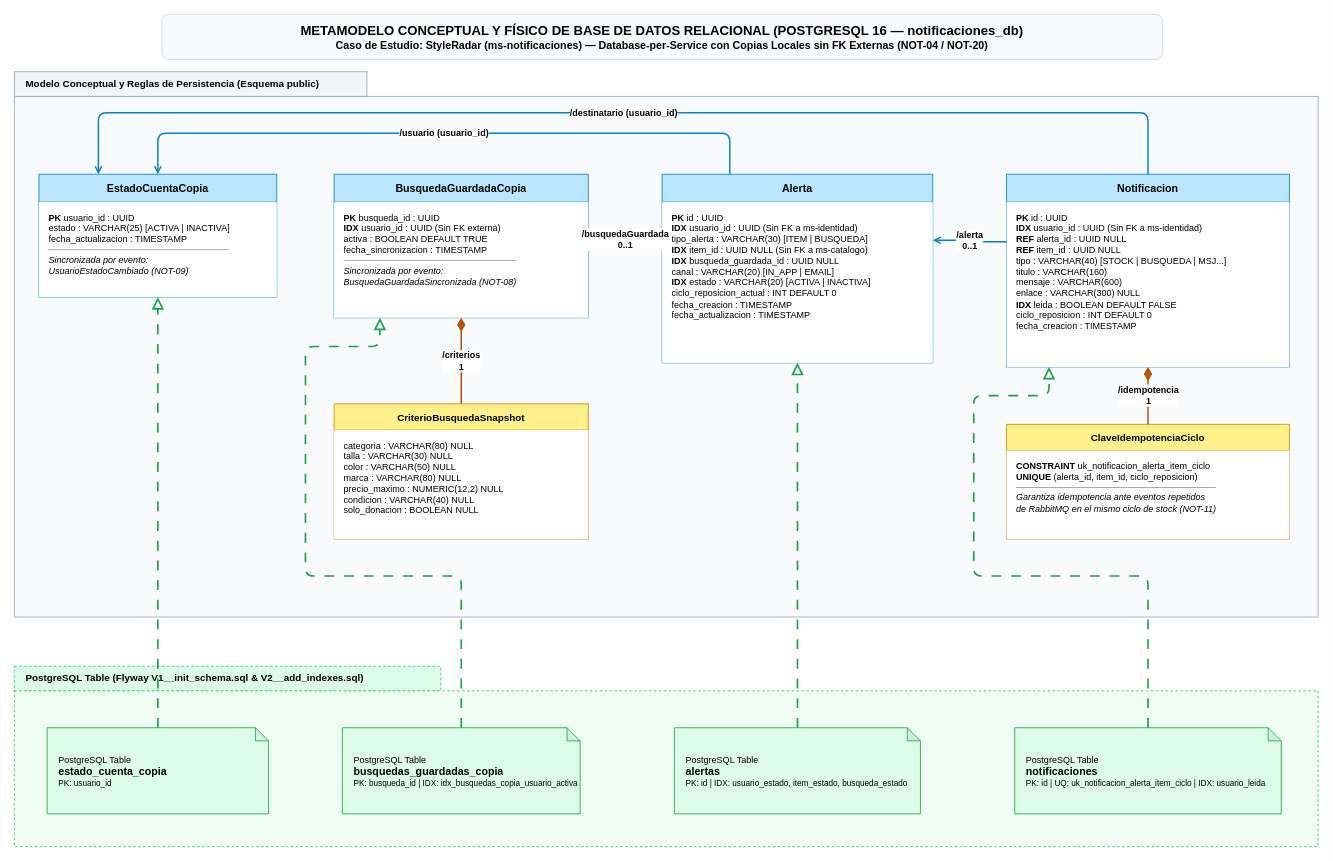
The draw.io diagram docs/uml/diagrama-base-datos.drawio in StyleRadar1/GJ-Notification-Service, before the edit. Source tidied: cells renumbered, new cells numbered last; positions are measured from the earlier drawing's top-left corner, leaving out a move shared by most shapes. Both pictures are drawn from the tidied source at 82%, with x=0, y=0 at pixel (14, 14).
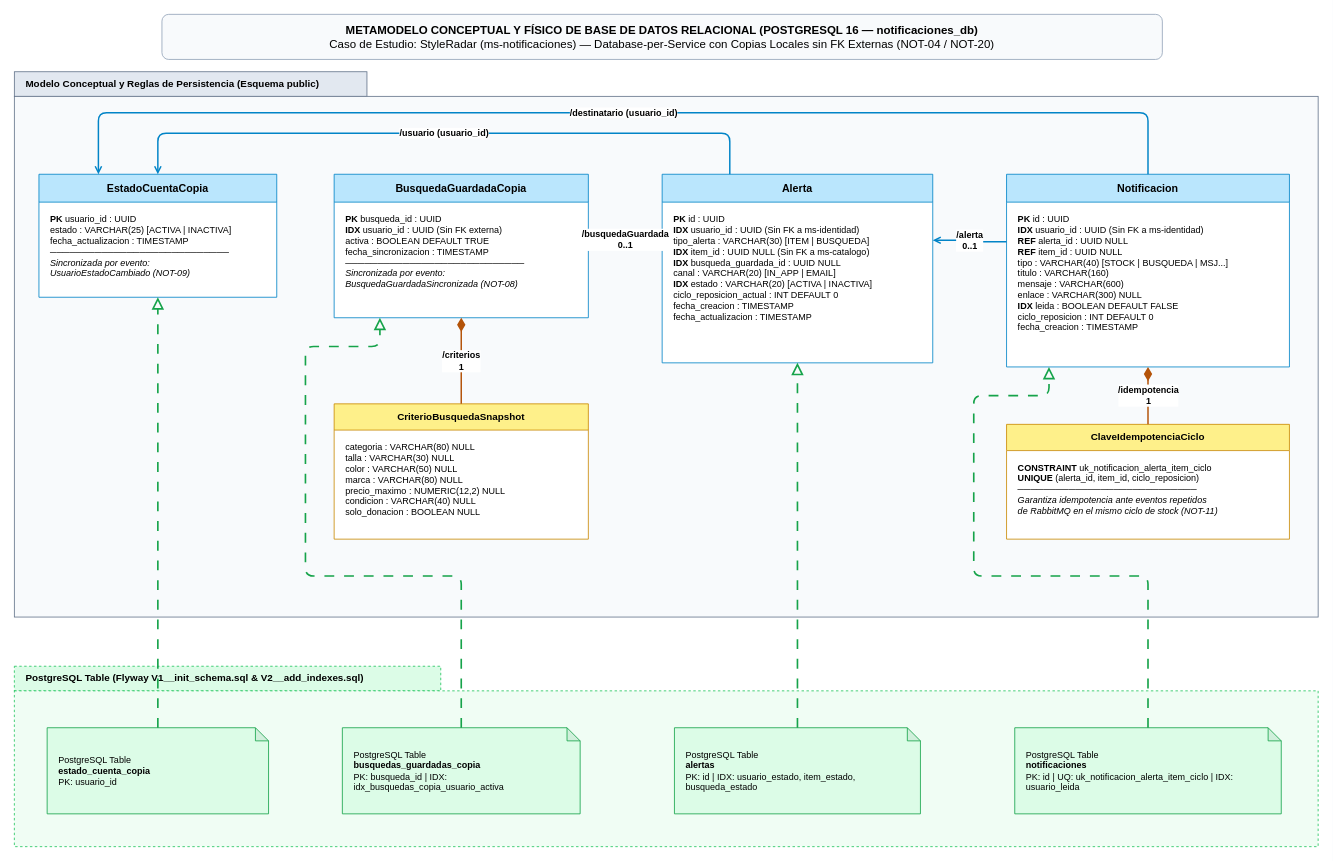
After the change.

Commit message:
fix(uml): simplificar celdas swimlane sin stackLayout en diagrama de base de datos

The edit, as a diff of the source:
```diff
@@
-<mxGraphModel background="#FFFFFF">
+<mxGraphModel>
@@
-    <mxCell id="2" value="&lt;b style=&quot;font-size: 16px;&quot;&gt;METAMODELO CONCEPTUAL Y FÍSICO DE BASE DE DATOS RELACIONAL (POSTGRESQL 16 — notificaciones_db)&lt;/b&gt;&lt;br&gt;&lt;b style=&quot;font-size: 13px;&quot;&gt;Caso de Estudio: StyleRadar (ms-notificaciones) — Database-per-Service con Copias Locales sin FK Externas (NOT-04 / NOT-20)&lt;/b&gt;" style="text;html=1;strokeColor=#cbd5e1;fillColor=#f8fafc;align=center;verticalAlign=middle;whiteSpace=wrap;rounded=1;fontColor=#000000;fontSize=14;" parent="1" vertex="1">
+    <mxCell id="2" value="&lt;b&gt;METAMODELO CONCEPTUAL Y FÍSICO DE BASE DE DATOS RELACIONAL (POSTGRESQL 16 — notificaciones_db)&lt;/b&gt;&lt;br&gt;Caso de Estudio: StyleRadar (ms-notificaciones) — Database-per-Service con Copias Locales sin FK Externas (NOT-04 / NOT-20)" style="rounded=1;whiteSpace=wrap;html=1;fillColor=#f8fafc;strokeColor=#94a3b8;fontColor=#000000;fontSize=14;align=center;verticalAlign=middle;" parent="1" vertex="1">
       <mxGeometry x="180" width="1220" height="55" as="geometry" />
     </mxCell>
-    <mxCell id="3" value="Modelo Conceptual y Reglas de Persistencia (Esquema public)" style="rounded=0;whiteSpace=wrap;html=1;fillColor=#f1f5f9;strokeColor=#94a3b8;fontColor=#000000;fontStyle=1;fontSize=12;align=left;spacingLeft=12;" parent="1" vertex="1">
+    <mxCell id="3" value="Modelo Conceptual y Reglas de Persistencia (Esquema public)" style="rounded=0;whiteSpace=wrap;html=1;fillColor=#e2e8f0;strokeColor=#64748b;fontColor=#000000;fontStyle=1;fontSize=12;align=left;spacingLeft=12;" parent="1" vertex="1">
       <mxGeometry y="70" width="430" height="30" as="geometry" />
     </mxCell>
-    <mxCell id="4" style="rounded=0;whiteSpace=wrap;html=1;fillColor=#f8fafc;strokeColor=#94a3b8;fontColor=#000000;" parent="1" vertex="1">
+    <mxCell id="4" style="rounded=0;whiteSpace=wrap;html=1;fillColor=#f8fafc;strokeColor=#64748b;fontColor=#000000;" parent="1" vertex="1">
       <mxGeometry y="100" width="1590" height="635" as="geometry" />
     </mxCell>
-    <mxCell id="5" value="EstadoCuentaCopia" style="swimlane;fontStyle=1;align=center;verticalAlign=middle;horizontal=1;startSize=34;fillColor=#bae6fd;strokeColor=#0284c7;fontColor=#000000;fontSize=13;swimlaneFillColor=#ffffff;" parent="1" vertex="1">
+    <mxCell id="5" value="EstadoCuentaCopia" style="swimlane;whiteSpace=wrap;html=1;startSize=34;fillColor=#bae6fd;strokeColor=#0284c7;fontColor=#000000;fontStyle=1;fontSize=13;swimlaneFillColor=#ffffff;" parent="1" vertex="1">
       <mxGeometry x="30" y="195" width="290" height="150" as="geometry" />
     </mxCell>
-    <mxCell id="6" value="&lt;b&gt;PK&lt;/b&gt; usuario_id : UUID&lt;br&gt;estado : VARCHAR(25) [ACTIVA | INACTIVA]&lt;br&gt;fecha_actualizacion : TIMESTAMP&lt;hr size=&quot;1&quot;&gt;&lt;i&gt;Sincronizada por evento:&lt;br&gt;UsuarioEstadoCambiado (NOT-09)&lt;/i&gt;" style="text;strokeColor=none;fillColor=#ffffff;align=left;verticalAlign=top;spacingLeft=10;spacingRight=8;spacingTop=6;overflow=hidden;html=1;fontColor=#000000;fontSize=11;" parent="5" vertex="1">
-      <mxGeometry y="34" width="290" height="116" as="geometry" />
+    <mxCell id="6" value="&lt;b&gt;PK&lt;/b&gt; usuario_id : UUID&lt;br&gt;estado : VARCHAR(25) [ACTIVA | INACTIVA]&lt;br&gt;fecha_actualizacion : TIMESTAMP&lt;br&gt;────────────────────────────&lt;br&gt;&lt;i&gt;Sincronizada por evento:&lt;br&gt;UsuarioEstadoCambiado (NOT-09)&lt;/i&gt;" style="rounded=0;whiteSpace=wrap;html=1;fillColor=#ffffff;strokeColor=none;fontColor=#000000;align=left;verticalAlign=top;spacingLeft=10;spacingTop=6;fontSize=11;" parent="5" vertex="1">
+      <mxGeometry x="2" y="36" width="286" height="110" as="geometry" />
     </mxCell>
-    <mxCell id="7" value="BusquedaGuardadaCopia" style="swimlane;fontStyle=1;align=center;verticalAlign=middle;horizontal=1;startSize=34;fillColor=#bae6fd;strokeColor=#0284c7;fontColor=#000000;fontSize=13;swimlaneFillColor=#ffffff;" parent="1" vertex="1">
+    <mxCell id="7" value="BusquedaGuardadaCopia" style="swimlane;whiteSpace=wrap;html=1;startSize=34;fillColor=#bae6fd;strokeColor=#0284c7;fontColor=#000000;fontStyle=1;fontSize=13;swimlaneFillColor=#ffffff;" parent="1" vertex="1">
       <mxGeometry x="390" y="195" width="310" height="175" as="geometry" />
     </mxCell>
-    <mxCell id="8" value="&lt;b&gt;PK&lt;/b&gt; busqueda_id : UUID&lt;br&gt;&lt;b&gt;IDX&lt;/b&gt; usuario_id : UUID (Sin FK externa)&lt;br&gt;activa : BOOLEAN DEFAULT TRUE&lt;br&gt;fecha_sincronizacion : TIMESTAMP&lt;hr size=&quot;1&quot;&gt;&lt;i&gt;Sincronizada por evento:&lt;br&gt;BusquedaGuardadaSincronizada (NOT-08)&lt;/i&gt;" style="text;strokeColor=none;fillColor=#ffffff;align=left;verticalAlign=top;spacingLeft=10;spacingRight=8;spacingTop=6;overflow=hidden;html=1;fontColor=#000000;fontSize=11;" parent="7" vertex="1">
-      <mxGeometry y="34" width="310" height="141" as="geometry" />
+    <mxCell id="8" value="&lt;b&gt;PK&lt;/b&gt; busqueda_id : UUID&lt;br&gt;&lt;b&gt;IDX&lt;/b&gt; usuario_id : UUID (Sin FK externa)&lt;br&gt;activa : BOOLEAN DEFAULT TRUE&lt;br&gt;fecha_sincronizacion : TIMESTAMP&lt;br&gt;────────────────────────────&lt;br&gt;&lt;i&gt;Sincronizada por evento:&lt;br&gt;BusquedaGuardadaSincronizada (NOT-08)&lt;/i&gt;" style="rounded=0;whiteSpace=wrap;html=1;fillColor=#ffffff;strokeColor=none;fontColor=#000000;align=left;verticalAlign=top;spacingLeft=10;spacingTop=6;fontSize=11;" parent="7" vertex="1">
+      <mxGeometry x="2" y="36" width="306" height="135" as="geometry" />
     </mxCell>
-    <mxCell id="9" value="CriterioBusquedaSnapshot" style="swimlane;fontStyle=1;align=center;verticalAlign=middle;horizontal=1;startSize=32;fillColor=#fef08a;strokeColor=#ca8a04;fontColor=#000000;fontSize=12;swimlaneFillColor=#ffffff;" parent="1" vertex="1">
+    <mxCell id="9" value="CriterioBusquedaSnapshot" style="swimlane;whiteSpace=wrap;html=1;startSize=32;fillColor=#fef08a;strokeColor=#ca8a04;fontColor=#000000;fontStyle=1;fontSize=12;swimlaneFillColor=#ffffff;" parent="1" vertex="1">
       <mxGeometry x="390" y="475" width="310" height="165" as="geometry" />
     </mxCell>
-    <mxCell id="10" value="categoria : VARCHAR(80) NULL&lt;br&gt;talla : VARCHAR(30) NULL&lt;br&gt;color : VARCHAR(50) NULL&lt;br&gt;marca : VARCHAR(80) NULL&lt;br&gt;precio_maximo : NUMERIC(12,2) NULL&lt;br&gt;condicion : VARCHAR(40) NULL&lt;br&gt;solo_donacion : BOOLEAN NULL" style="text;strokeColor=none;fillColor=#ffffff;align=left;verticalAlign=top;spacingLeft=10;spacingRight=8;spacingTop=6;overflow=hidden;html=1;fontColor=#000000;fontSize=11;" parent="9" vertex="1">
-      <mxGeometry y="32" width="310" height="133" as="geometry" />
+    <mxCell id="10" value="categoria : VARCHAR(80) NULL&lt;br&gt;talla : VARCHAR(30) NULL&lt;br&gt;color : VARCHAR(50) NULL&lt;br&gt;marca : VARCHAR(80) NULL&lt;br&gt;precio_maximo : NUMERIC(12,2) NULL&lt;br&gt;condicion : VARCHAR(40) NULL&lt;br&gt;solo_donacion : BOOLEAN NULL" style="rounded=0;whiteSpace=wrap;html=1;fillColor=#ffffff;strokeColor=none;fontColor=#000000;align=left;verticalAlign=top;spacingLeft=10;spacingTop=6;fontSize=11;" parent="9" vertex="1">
+      <mxGeometry x="2" y="34" width="306" height="127" as="geometry" />
     </mxCell>
@@
-    <mxCell id="12" value="Alerta" style="swimlane;fontStyle=1;align=center;verticalAlign=middle;horizontal=1;startSize=34;fillColor=#bae6fd;strokeColor=#0284c7;fontColor=#000000;fontSize=13;swimlaneFillColor=#ffffff;" parent="1" vertex="1">
+    <mxCell id="12" value="Alerta" style="swimlane;whiteSpace=wrap;html=1;startSize=34;fillColor=#bae6fd;strokeColor=#0284c7;fontColor=#000000;fontStyle=1;fontSize=13;swimlaneFillColor=#ffffff;" parent="1" vertex="1">
       <mxGeometry x="790" y="195" width="330" height="230" as="geometry" />
     </mxCell>
-    <mxCell id="13" value="&lt;b&gt;PK&lt;/b&gt; id : UUID&lt;br&gt;&lt;b&gt;IDX&lt;/b&gt; usuario_id : UUID (Sin FK a ms-identidad)&lt;br&gt;tipo_alerta : VARCHAR(30) [ITEM | BUSQUEDA]&lt;br&gt;&lt;b&gt;IDX&lt;/b&gt; item_id : UUID NULL (Sin FK a ms-catalogo)&lt;br&gt;&lt;b&gt;IDX&lt;/b&gt; busqueda_guardada_id : UUID NULL&lt;br&gt;canal : VARCHAR(20) [IN_APP | EMAIL]&lt;br&gt;&lt;b&gt;IDX&lt;/b&gt; estado : VARCHAR(20) [ACTIVA | INACTIVA]&lt;br&gt;ciclo_reposicion_actual : INT DEFAULT 0&lt;br&gt;fecha_creacion : TIMESTAMP&lt;br&gt;fecha_actualizacion : TIMESTAMP" style="text;strokeColor=none;fillColor=#ffffff;align=left;verticalAlign=top;spacingLeft=10;spacingRight=8;spacingTop=6;overflow=hidden;html=1;fontColor=#000000;fontSize=11;" parent="12" vertex="1">
-      <mxGeometry y="34" width="330" height="196" as="geometry" />
+    <mxCell id="13" value="&lt;b&gt;PK&lt;/b&gt; id : UUID&lt;br&gt;&lt;b&gt;IDX&lt;/b&gt; usuario_id : UUID (Sin FK a ms-identidad)&lt;br&gt;tipo_alerta : VARCHAR(30) [ITEM | BUSQUEDA]&lt;br&gt;&lt;b&gt;IDX&lt;/b&gt; item_id : UUID NULL (Sin FK a ms-catalogo)&lt;br&gt;&lt;b&gt;IDX&lt;/b&gt; busqueda_guardada_id : UUID NULL&lt;br&gt;canal : VARCHAR(20) [IN_APP | EMAIL]&lt;br&gt;&lt;b&gt;IDX&lt;/b&gt; estado : VARCHAR(20) [ACTIVA | INACTIVA]&lt;br&gt;ciclo_reposicion_actual : INT DEFAULT 0&lt;br&gt;fecha_creacion : TIMESTAMP&lt;br&gt;fecha_actualizacion : TIMESTAMP" style="rounded=0;whiteSpace=wrap;html=1;fillColor=#ffffff;strokeColor=none;fontColor=#000000;align=left;verticalAlign=top;spacingLeft=10;spacingTop=6;fontSize=11;" parent="12" vertex="1">
+      <mxGeometry x="2" y="36" width="326" height="190" as="geometry" />
     </mxCell>
-    <mxCell id="14" value="Notificacion" style="swimlane;fontStyle=1;align=center;verticalAlign=middle;horizontal=1;startSize=34;fillColor=#bae6fd;strokeColor=#0284c7;fontColor=#000000;fontSize=13;swimlaneFillColor=#ffffff;" parent="1" vertex="1">
+    <mxCell id="14" value="Notificacion" style="swimlane;whiteSpace=wrap;html=1;startSize=34;fillColor=#bae6fd;strokeColor=#0284c7;fontColor=#000000;fontStyle=1;fontSize=13;swimlaneFillColor=#ffffff;" parent="1" vertex="1">
       <mxGeometry x="1210" y="195" width="345" height="235" as="geometry" />
     </mxCell>
-    <mxCell id="15" value="&lt;b&gt;PK&lt;/b&gt; id : UUID&lt;br&gt;&lt;b&gt;IDX&lt;/b&gt; usuario_id : UUID (Sin FK a ms-identidad)&lt;br&gt;&lt;b&gt;REF&lt;/b&gt; alerta_id : UUID NULL&lt;br&gt;&lt;b&gt;REF&lt;/b&gt; item_id : UUID NULL&lt;br&gt;tipo : VARCHAR(40) [STOCK | BUSQUEDA | MSJ...]&lt;br&gt;titulo : VARCHAR(160)&lt;br&gt;mensaje : VARCHAR(600)&lt;br&gt;enlace : VARCHAR(300) NULL&lt;br&gt;&lt;b&gt;IDX&lt;/b&gt; leida : BOOLEAN DEFAULT FALSE&lt;br&gt;ciclo_reposicion : INT DEFAULT 0&lt;br&gt;fecha_creacion : TIMESTAMP" style="text;strokeColor=none;fillColor=#ffffff;align=left;verticalAlign=top;spacingLeft=10;spacingRight=8;spacingTop=6;overflow=hidden;html=1;fontColor=#000000;fontSize=11;" parent="14" vertex="1">
-      <mxGeometry y="34" width="345" height="201" as="geometry" />
+    <mxCell id="15" value="&lt;b&gt;PK&lt;/b&gt; id : UUID&lt;br&gt;&lt;b&gt;IDX&lt;/b&gt; usuario_id : UUID (Sin FK a ms-identidad)&lt;br&gt;&lt;b&gt;REF&lt;/b&gt; alerta_id : UUID NULL&lt;br&gt;&lt;b&gt;REF&lt;/b&gt; item_id : UUID NULL&lt;br&gt;tipo : VARCHAR(40) [STOCK | BUSQUEDA | MSJ...]&lt;br&gt;titulo : VARCHAR(160)&lt;br&gt;mensaje : VARCHAR(600)&lt;br&gt;enlace : VARCHAR(300) NULL&lt;br&gt;&lt;b&gt;IDX&lt;/b&gt; leida : BOOLEAN DEFAULT FALSE&lt;br&gt;ciclo_reposicion : INT DEFAULT 0&lt;br&gt;fecha_creacion : TIMESTAMP" style="rounded=0;whiteSpace=wrap;html=1;fillColor=#ffffff;strokeColor=none;fontColor=#000000;align=left;verticalAlign=top;spacingLeft=10;spacingTop=6;fontSize=11;" parent="14" vertex="1">
+      <mxGeometry x="2" y="36" width="341" height="195" as="geometry" />
     </mxCell>
-    <mxCell id="16" value="ClaveIdempotenciaCiclo" style="swimlane;fontStyle=1;align=center;verticalAlign=middle;horizontal=1;startSize=32;fillColor=#fef08a;strokeColor=#ca8a04;fontColor=#000000;fontSize=12;swimlaneFillColor=#ffffff;" parent="1" vertex="1">
+    <mxCell id="16" value="ClaveIdempotenciaCiclo" style="swimlane;whiteSpace=wrap;html=1;startSize=32;fillColor=#fef08a;strokeColor=#ca8a04;fontColor=#000000;fontStyle=1;fontSize=12;swimlaneFillColor=#ffffff;" parent="1" vertex="1">
       <mxGeometry x="1210" y="500" width="345" height="140" as="geometry" />
     </mxCell>
-    <mxCell id="17" value="&lt;b&gt;CONSTRAINT&lt;/b&gt; uk_notificacion_alerta_item_ciclo&lt;br&gt;&lt;b&gt;UNIQUE&lt;/b&gt; (alerta_id, item_id, ciclo_reposicion)&lt;hr size=&quot;1&quot;&gt;&lt;i&gt;Garantiza idempotencia ante eventos repetidos&lt;br&gt;de RabbitMQ en el mismo ciclo de stock (NOT-11)&lt;/i&gt;" style="text;strokeColor=none;fillColor=#ffffff;align=left;verticalAlign=top;spacingLeft=10;spacingRight=8;spacingTop=6;overflow=hidden;html=1;fontColor=#000000;fontSize=11;" parent="16" vertex="1">
-      <mxGeometry y="32" width="345" height="108" as="geometry" />
+    <mxCell id="17" value="&lt;b&gt;CONSTRAINT&lt;/b&gt; uk_notificacion_alerta_item_ciclo&lt;br&gt;&lt;b&gt;UNIQUE&lt;/b&gt; (alerta_id, item_id, ciclo_reposicion)&lt;br&gt;────────────────────────────&lt;br&gt;&lt;i&gt;Garantiza idempotencia ante eventos repetidos&lt;br&gt;de RabbitMQ en el mismo ciclo de stock (NOT-11)&lt;/i&gt;" style="rounded=0;whiteSpace=wrap;html=1;fillColor=#ffffff;strokeColor=none;fontColor=#000000;align=left;verticalAlign=top;spacingLeft=10;spacingTop=6;fontSize=11;" parent="16" vertex="1">
+      <mxGeometry x="2" y="34" width="341" height="102" as="geometry" />
     </mxCell>
@@
-    <mxCell id="25" value="PostgreSQL Table&lt;br&gt;&lt;b style=&quot;font-size: 13px;&quot;&gt;estado_cuenta_copia&lt;/b&gt;&lt;br&gt;&lt;span style=&quot;font-size: 10px;&quot;&gt;PK: usuario_id&lt;/span&gt;" style="shape=note;whiteSpace=wrap;html=1;backgroundOutline=1;darkOpacity=0.05;size=16;fillColor=#dcfce7;strokeColor=#16a34a;fontColor=#000000;align=left;spacingLeft=12;fontSize=11;" parent="1" vertex="1">
+    <mxCell id="25" value="PostgreSQL Table&lt;br&gt;&lt;b&gt;estado_cuenta_copia&lt;/b&gt;&lt;br&gt;PK: usuario_id" style="shape=note;whiteSpace=wrap;html=1;backgroundOutline=1;darkOpacity=0.05;size=16;fillColor=#dcfce7;strokeColor=#16a34a;fontColor=#000000;align=left;spacingLeft=12;fontSize=11;" parent="1" vertex="1">
       <mxGeometry x="40" y="870" width="270" height="105" as="geometry" />
     </mxCell>
-    <mxCell id="26" value="PostgreSQL Table&lt;br&gt;&lt;b style=&quot;font-size: 13px;&quot;&gt;busquedas_guardadas_copia&lt;/b&gt;&lt;br&gt;&lt;span style=&quot;font-size: 10px;&quot;&gt;PK: busqueda_id | IDX: idx_busquedas_copia_usuario_activa&lt;/span&gt;" style="shape=note;whiteSpace=wrap;html=1;backgroundOutline=1;darkOpacity=0.05;size=16;fillColor=#dcfce7;strokeColor=#16a34a;fontColor=#000000;align=left;spacingLeft=12;fontSize=11;" parent="1" vertex="1">
+    <mxCell id="26" value="PostgreSQL Table&lt;br&gt;&lt;b&gt;busquedas_guardadas_copia&lt;/b&gt;&lt;br&gt;PK: busqueda_id | IDX: idx_busquedas_copia_usuario_activa" style="shape=note;whiteSpace=wrap;html=1;backgroundOutline=1;darkOpacity=0.05;size=16;fillColor=#dcfce7;strokeColor=#16a34a;fontColor=#000000;align=left;spacingLeft=12;fontSize=11;" parent="1" vertex="1">
       <mxGeometry x="400" y="870" width="290" height="105" as="geometry" />
     </mxCell>
-    <mxCell id="27" value="PostgreSQL Table&lt;br&gt;&lt;b style=&quot;font-size: 13px;&quot;&gt;alertas&lt;/b&gt;&lt;br&gt;&lt;span style=&quot;font-size: 10px;&quot;&gt;PK: id | IDX: usuario_estado, item_estado, busqueda_estado&lt;/span&gt;" style="shape=note;whiteSpace=wrap;html=1;backgroundOutline=1;darkOpacity=0.05;size=16;fillColor=#dcfce7;strokeColor=#16a34a;fontColor=#000000;align=left;spacingLeft=12;fontSize=11;" parent="1" vertex="1">
+    <mxCell id="27" value="PostgreSQL Table&lt;br&gt;&lt;b&gt;alertas&lt;/b&gt;&lt;br&gt;PK: id | IDX: usuario_estado, item_estado, busqueda_estado" style="shape=note;whiteSpace=wrap;html=1;backgroundOutline=1;darkOpacity=0.05;size=16;fillColor=#dcfce7;strokeColor=#16a34a;fontColor=#000000;align=left;spacingLeft=12;fontSize=11;" parent="1" vertex="1">
       <mxGeometry x="805" y="870" width="300" height="105" as="geometry" />
     </mxCell>
-    <mxCell id="28" value="PostgreSQL Table&lt;br&gt;&lt;b style=&quot;font-size: 13px;&quot;&gt;notificaciones&lt;/b&gt;&lt;br&gt;&lt;span style=&quot;font-size: 10px;&quot;&gt;PK: id | UQ: uk_notificacion_alerta_item_ciclo | IDX: usuario_leida&lt;/span&gt;" style="shape=note;whiteSpace=wrap;html=1;backgroundOutline=1;darkOpacity=0.05;size=16;fillColor=#dcfce7;strokeColor=#16a34a;fontColor=#000000;align=left;spacingLeft=12;fontSize=11;" parent="1" vertex="1">
+    <mxCell id="28" value="PostgreSQL Table&lt;br&gt;&lt;b&gt;notificaciones&lt;/b&gt;&lt;br&gt;PK: id | UQ: uk_notificacion_alerta_item_ciclo | IDX: usuario_leida" style="shape=note;whiteSpace=wrap;html=1;backgroundOutline=1;darkOpacity=0.05;size=16;fillColor=#dcfce7;strokeColor=#16a34a;fontColor=#000000;align=left;spacingLeft=12;fontSize=11;" parent="1" vertex="1">
       <mxGeometry x="1220" y="870" width="325" height="105" as="geometry" />
     </mxCell>
```
